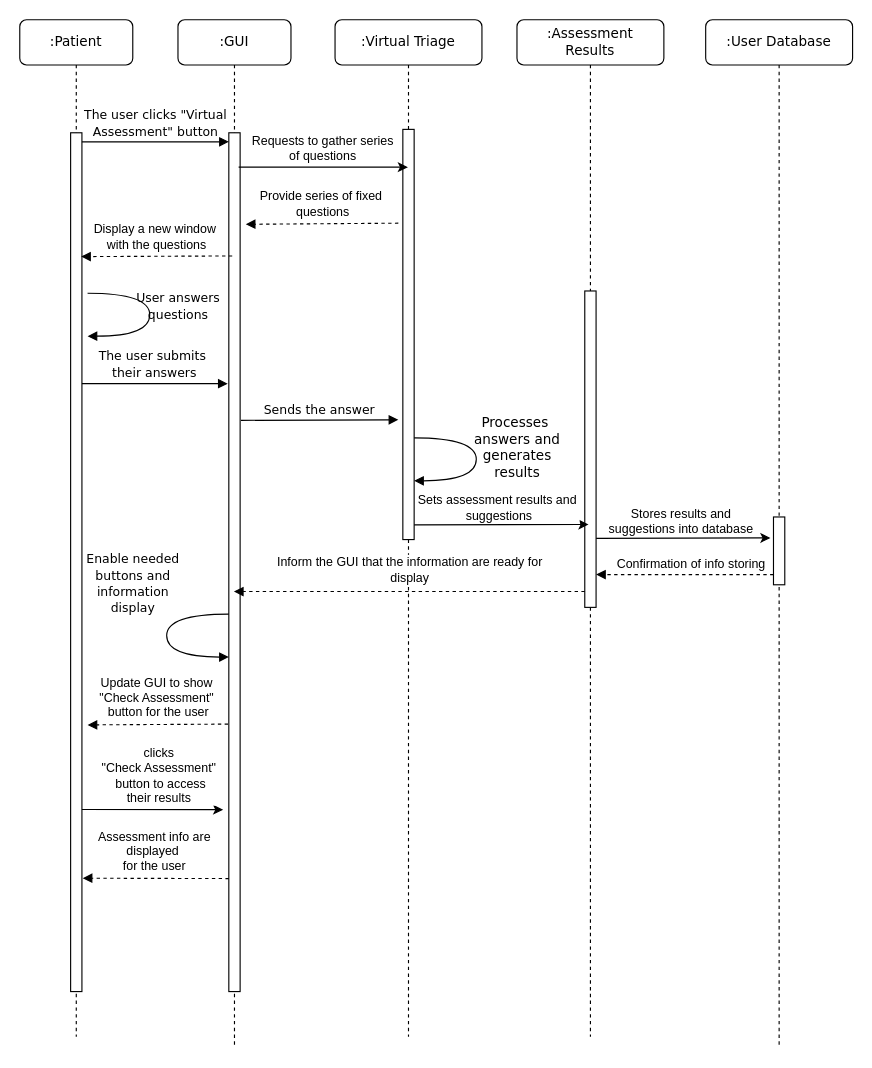
The draw.io diagram Project Milestone 2/Sequence_2.drawio in SENG-350-2024-fall/Team-6, before the edit. Source tidied: cells renumbered, new cells numbered last; positions are measured from the earlier drawing's top-left corner, leaving out a move shared by most shapes. Both pictures are drawn from the tidied source at 113%, with x=0, y=0 at pixel (19, 19).
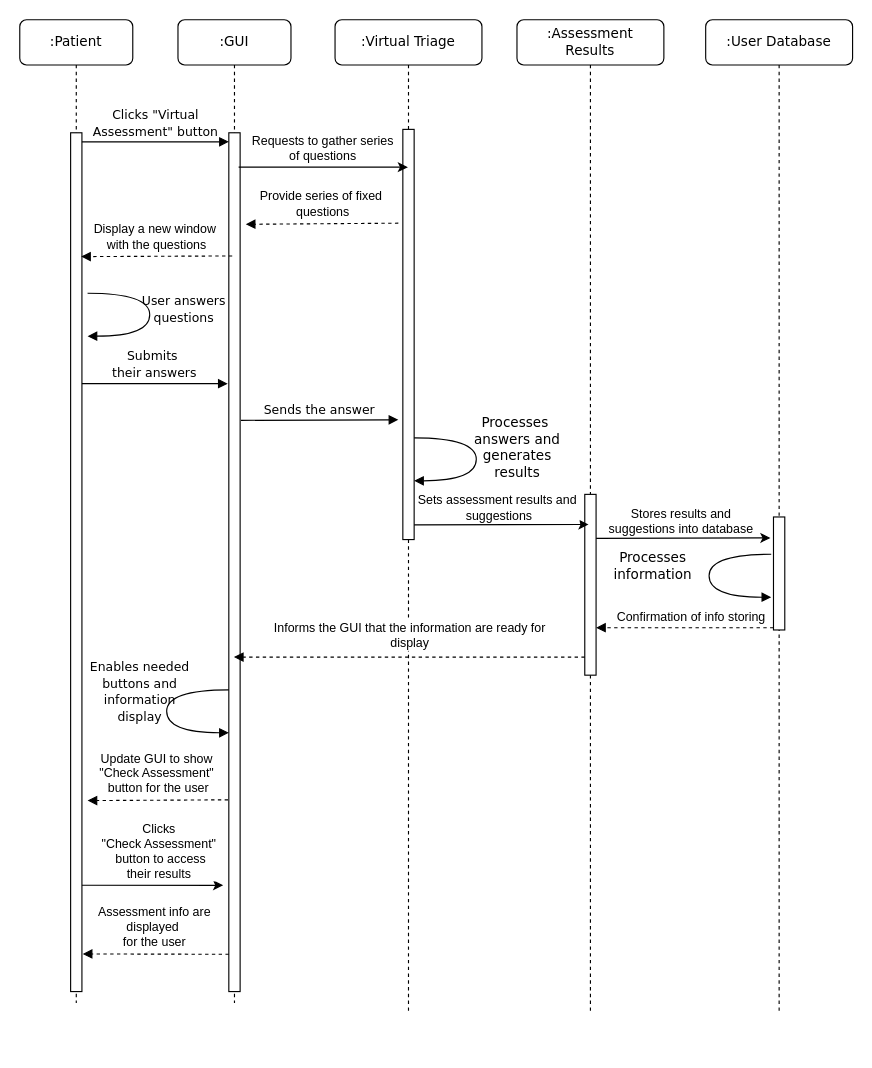
The same diagram, later.

Unchanged cells that the change refers to:
```xml
<mxCell id="11" style="html=1;points=[];perimeter=orthogonalPerimeter;rounded=0;shadow=0;comic=0;labelBackgroundColor=none;strokeWidth=1;fontFamily=Verdana;fontSize=12;align=center;" parent="10" vertex="1">
  <mxGeometry x="45" y="100" width="10" height="760" as="geometry" />
</mxCell>
```

Diff of the diagram source:
```diff
@@
     <mxCell id="2" value=":GUI" style="shape=umlLifeline;perimeter=lifelinePerimeter;whiteSpace=wrap;html=1;rounded=1;shadow=0;comic=0;labelBackgroundColor=none;strokeWidth=1;fontFamily=Verdana;fontSize=12;align=center;" parent="1" vertex="1">
-      <mxGeometry x="140" width="100" height="910" as="geometry" />
+      <mxGeometry x="140" width="100" height="870" as="geometry" />
     </mxCell>
@@
-    <mxCell id="4" value="&lt;span style=&quot;font-size: 11px;&quot;&gt;The user submits&amp;nbsp;&lt;br&gt;their answers&lt;/span&gt;" style="html=1;verticalAlign=bottom;endArrow=block;entryX=0;entryY=0;labelBackgroundColor=none;fontFamily=Verdana;fontSize=12;edgeStyle=elbowEdgeStyle;elbow=vertical;" parent="2" edge="1">
+    <mxCell id="4" value="&lt;span style=&quot;font-size: 11px;&quot;&gt;Submits&amp;nbsp;&lt;br&gt;their answers&lt;/span&gt;" style="html=1;verticalAlign=bottom;endArrow=block;entryX=0;entryY=0;labelBackgroundColor=none;fontFamily=Verdana;fontSize=12;edgeStyle=elbowEdgeStyle;elbow=vertical;" parent="2" edge="1">
       <mxGeometry relative="1" as="geometry">
         <mxPoint x="-86" y="322" as="sourcePoint" />
         <mxPoint x="44" y="322" as="targetPoint" />
       </mxGeometry>
     </mxCell>
-    <mxCell id="5" value="&lt;span style=&quot;font-size: 11px;&quot;&gt;Enable needed&lt;br&gt;buttons and &lt;br&gt;information&lt;br&gt;display&lt;/span&gt;" style="html=1;verticalAlign=bottom;endArrow=block;labelBackgroundColor=none;fontFamily=Verdana;fontSize=12;elbow=vertical;edgeStyle=orthogonalEdgeStyle;curved=1;exitX=1.038;exitY=0.345;exitPerimeter=0;" parent="2" edge="1">
-      <mxGeometry x="-0.2" y="-30" relative="1" as="geometry">
-        <mxPoint x="45" y="526" as="sourcePoint" />
-        <mxPoint x="45" y="564" as="targetPoint" />
-        <Array as="points">
-          <mxPoint x="-10" y="526" />
-          <mxPoint x="-10" y="564" />
-        </Array>
-      </mxGeometry>
-    </mxCell>
     <mxCell id="6" style="html=1;verticalAlign=bottom;labelBackgroundColor=none;endArrow=block;endFill=1;dashed=1;rounded=0;exitX=-0.067;exitY=0.657;exitDx=0;exitDy=0;exitPerimeter=0;" parent="2" edge="1">
       <mxGeometry relative="1" as="geometry">
-        <mxPoint x="44.3" y="623.3" as="sourcePoint" />
-        <mxPoint x="-80" y="624" as="targetPoint" />
+        <mxPoint x="44.3" y="690.3" as="sourcePoint" />
+        <mxPoint x="-80" y="691" as="targetPoint" />
       </mxGeometry>
     </mxCell>
@@
-    <mxCell id="8" style="html=1;verticalAlign=bottom;labelBackgroundColor=none;endArrow=block;endFill=1;dashed=1;rounded=0;exitX=-0.067;exitY=0.657;exitDx=0;exitDy=0;exitPerimeter=0;entryX=1.067;entryY=0.868;entryDx=0;entryDy=0;entryPerimeter=0;" parent="2" edge="1" target="11">
+    <mxCell id="8" style="html=1;verticalAlign=bottom;labelBackgroundColor=none;endArrow=block;endFill=1;dashed=1;rounded=0;exitX=-0.067;exitY=0.657;exitDx=0;exitDy=0;exitPerimeter=0;entryX=1.067;entryY=0.868;entryDx=0;entryDy=0;entryPerimeter=0;" parent="2" edge="1">
       <mxGeometry relative="1" as="geometry">
-        <mxPoint x="45" y="760" as="sourcePoint" />
+        <mxPoint x="45" y="827" as="sourcePoint" />
+        <mxPoint x="-84.3" y="826.7" as="targetPoint" />
       </mxGeometry>
     </mxCell>
@@
+    <mxCell id="5" value="&lt;span style=&quot;font-size: 11px;&quot;&gt;Enables needed&lt;br&gt;buttons and &lt;br&gt;information&lt;br&gt;display&lt;/span&gt;" style="html=1;verticalAlign=bottom;endArrow=block;labelBackgroundColor=none;fontFamily=Verdana;fontSize=12;elbow=vertical;edgeStyle=orthogonalEdgeStyle;curved=1;exitX=1.038;exitY=0.345;exitPerimeter=0;" parent="2" edge="1">
+      <mxGeometry x="0.19" y="-24" relative="1" as="geometry">
+        <mxPoint x="45" y="593" as="sourcePoint" />
+        <mxPoint x="45" y="631" as="targetPoint" />
+        <Array as="points">
+          <mxPoint x="-10" y="593" />
+          <mxPoint x="-10" y="631" />
+        </Array>
+      </mxGeometry>
+    </mxCell>
     <mxCell id="10" value=":Patient" style="shape=umlLifeline;perimeter=lifelinePerimeter;whiteSpace=wrap;html=1;rounded=1;shadow=0;comic=0;labelBackgroundColor=none;strokeWidth=1;fontFamily=Verdana;fontSize=12;align=center;" parent="1" vertex="1">
-      <mxGeometry width="100" height="900" as="geometry" />
+      <mxGeometry width="100" height="870" as="geometry" />
     </mxCell>
@@
-    <mxCell id="12" value="&lt;span style=&quot;font-size: 11px;&quot;&gt;The user clicks &quot;Virtual&lt;br&gt;Assessment&quot; button&lt;/span&gt;" style="html=1;verticalAlign=bottom;endArrow=block;entryX=0;entryY=0;labelBackgroundColor=none;fontFamily=Verdana;fontSize=12;edgeStyle=elbowEdgeStyle;elbow=vertical;" parent="1" edge="1">
+    <mxCell id="12" value="&lt;span style=&quot;font-size: 11px;&quot;&gt;Clicks &quot;Virtual&lt;br&gt;Assessment&quot; button&lt;/span&gt;" style="html=1;verticalAlign=bottom;endArrow=block;entryX=0;entryY=0;labelBackgroundColor=none;fontFamily=Verdana;fontSize=12;edgeStyle=elbowEdgeStyle;elbow=vertical;" parent="1" edge="1">
       <mxGeometry relative="1" as="geometry">
         <mxPoint x="55" y="108" as="sourcePoint" />
         <mxPoint x="185" y="108" as="targetPoint" />
       </mxGeometry>
     </mxCell>
     <mxCell id="13" value=":User Database" style="shape=umlLifeline;perimeter=lifelinePerimeter;whiteSpace=wrap;html=1;rounded=1;shadow=0;comic=0;labelBackgroundColor=none;strokeWidth=1;fontFamily=Verdana;fontSize=12;align=center;" parent="1" vertex="1">
-      <mxGeometry x="607" width="130" height="910" as="geometry" />
+      <mxGeometry x="607" width="130" height="880" as="geometry" />
     </mxCell>
     <mxCell id="14" style="html=1;perimeter=orthogonalPerimeter;rounded=0;shadow=0;comic=0;labelBackgroundColor=none;strokeWidth=1;fontFamily=Verdana;fontSize=12;align=center;" parent="13" vertex="1">
-      <mxGeometry x="60" y="440" width="10" height="60" as="geometry" />
+      <mxGeometry x="60" y="440" width="10" height="100" as="geometry" />
     </mxCell>
@@
     <mxCell id="17" style="html=1;verticalAlign=bottom;labelBackgroundColor=none;endArrow=block;endFill=1;dashed=1;rounded=0;entryX=1;entryY=0.96;entryDx=0;entryDy=0;entryPerimeter=0;" parent="13" edge="1">
       <mxGeometry relative="1" as="geometry">
-        <mxPoint x="60" y="491" as="sourcePoint" />
-        <mxPoint x="-97" y="491" as="targetPoint" />
+        <mxPoint x="60" y="538" as="sourcePoint" />
+        <mxPoint x="-97" y="538" as="targetPoint" />
       </mxGeometry>
     </mxCell>
@@
+    <mxCell id="38" value="Processes &lt;br&gt;information" style="html=1;verticalAlign=bottom;endArrow=block;labelBackgroundColor=none;fontFamily=Verdana;fontSize=12;elbow=vertical;edgeStyle=orthogonalEdgeStyle;curved=1;exitX=1.038;exitY=0.345;exitPerimeter=0;" parent="13" edge="1">
+      <mxGeometry x="0.11" y="-50" relative="1" as="geometry">
+        <mxPoint x="58" y="473" as="sourcePoint" />
+        <mxPoint x="58" y="511" as="targetPoint" />
+        <Array as="points">
+          <mxPoint x="3" y="473" />
+          <mxPoint x="3" y="511" />
+        </Array>
+      </mxGeometry>
+    </mxCell>
@@
     <mxCell id="21" value=":Virtual Triage" style="shape=umlLifeline;perimeter=lifelinePerimeter;whiteSpace=wrap;html=1;outlineConnect=0;rounded=1;shadow=0;comic=0;labelBackgroundColor=none;strokeWidth=1;fontFamily=Verdana;fontSize=12;align=center;" parent="1" vertex="1">
-      <mxGeometry x="279" width="130" height="900" as="geometry" />
+      <mxGeometry x="279" width="130" height="880" as="geometry" />
     </mxCell>
@@
     <mxCell id="24" value=":Assessment &lt;br&gt;Results" style="shape=umlLifeline;perimeter=lifelinePerimeter;whiteSpace=wrap;html=1;rounded=1;shadow=0;comic=0;labelBackgroundColor=none;strokeWidth=1;fontFamily=Verdana;fontSize=12;align=center;" parent="1" vertex="1">
-      <mxGeometry x="440" width="130" height="900" as="geometry" />
+      <mxGeometry x="440" width="130" height="880" as="geometry" />
     </mxCell>
     <mxCell id="25" style="html=1;perimeter=orthogonalPerimeter;rounded=0;shadow=0;comic=0;labelBackgroundColor=none;strokeWidth=1;fontFamily=Verdana;fontSize=12;align=center;" parent="24" vertex="1">
-      <mxGeometry x="60" y="240" width="10" height="280" as="geometry" />
+      <mxGeometry x="60" y="420" width="10" height="160" as="geometry" />
     </mxCell>
     <mxCell id="26" style="html=1;verticalAlign=bottom;labelBackgroundColor=none;endArrow=block;endFill=1;dashed=1;rounded=0;" parent="24" edge="1">
       <mxGeometry relative="1" as="geometry">
-        <mxPoint x="60" y="506" as="sourcePoint" />
-        <mxPoint x="-250.5" y="506" as="targetPoint" />
+        <mxPoint x="60" y="564" as="sourcePoint" />
+        <mxPoint x="-250.5" y="564" as="targetPoint" />
       </mxGeometry>
     </mxCell>
-    <mxCell id="27" value="Inform the GUI that the information are ready for&lt;br&gt;display" style="edgeLabel;html=1;align=center;verticalAlign=middle;" parent="26" vertex="1">
+    <mxCell id="27" value="Informs the GUI that the information are ready for&lt;br&gt;display" style="edgeLabel;html=1;align=center;verticalAlign=middle;" parent="26" vertex="1">
       <mxGeometry x="0.1" y="-1" relative="1" as="geometry">
         <mxPoint x="15" y="-19" as="offset" />
       </mxGeometry>
     </mxCell>
@@
-    <mxCell id="33" value="&lt;font style=&quot;font-size: 11px;&quot;&gt;User answers&lt;br&gt;questions&lt;/font&gt;" style="html=1;verticalAlign=bottom;endArrow=block;labelBackgroundColor=none;fontFamily=Verdana;fontSize=12;elbow=vertical;edgeStyle=orthogonalEdgeStyle;curved=1;exitX=1.038;exitY=0.345;exitPerimeter=0;" parent="1" edge="1">
-      <mxGeometry x="0.12" y="25" relative="1" as="geometry">
-        <mxPoint x="60" y="242" as="sourcePoint" />
-        <mxPoint x="60" y="280" as="targetPoint" />
-        <Array as="points">
-          <mxPoint x="115" y="242" />
-          <mxPoint x="115" y="280" />
-        </Array>
-      </mxGeometry>
-    </mxCell>
@@
-    <mxCell id="36" style="endArrow=classic;html=1;rounded=0;exitX=1;exitY=0.788;exitDx=0;exitDy=0;exitPerimeter=0;" parent="1" edge="1" source="11">
+    <mxCell id="36" style="endArrow=classic;html=1;rounded=0;exitX=1;exitY=0.788;exitDx=0;exitDy=0;exitPerimeter=0;" parent="1" edge="1">
       <mxGeometry relative="1" as="geometry">
-        <mxPoint x="180" y="699" as="targetPoint" />
+        <mxPoint x="55" y="765.9" as="sourcePoint" />
+        <mxPoint x="180" y="766" as="targetPoint" />
       </mxGeometry>
     </mxCell>
-    <mxCell id="37" value="clicks &lt;br&gt;&quot;Check Assessment&quot;&lt;br&gt;&amp;nbsp;button to access &lt;br&gt;their results" style="edgeLabel;html=1;align=center;verticalAlign=middle;" parent="36" vertex="1">
+    <mxCell id="37" value="Clicks &lt;br&gt;&quot;Check Assessment&quot;&lt;br&gt;&amp;nbsp;button to access &lt;br&gt;their results" style="edgeLabel;html=1;align=center;verticalAlign=middle;" parent="36" vertex="1">
       <mxGeometry x="0.18" y="-1" relative="1" as="geometry">
         <mxPoint x="-6" y="-31" as="offset" />
       </mxGeometry>
     </mxCell>
+    <mxCell id="33" value="&lt;font style=&quot;font-size: 11px;&quot;&gt;User answers&lt;br&gt;questions&lt;/font&gt;" style="html=1;verticalAlign=bottom;endArrow=block;labelBackgroundColor=none;fontFamily=Verdana;fontSize=12;elbow=vertical;edgeStyle=orthogonalEdgeStyle;curved=1;exitX=1.038;exitY=0.345;exitPerimeter=0;" parent="1" edge="1">
+      <mxGeometry x="0.16" y="30" relative="1" as="geometry">
+        <mxPoint x="60" y="242" as="sourcePoint" />
+        <mxPoint x="60" y="280" as="targetPoint" />
+        <Array as="points">
+          <mxPoint x="115" y="242" />
+          <mxPoint x="115" y="280" />
+        </Array>
+      </mxGeometry>
+    </mxCell>
```
